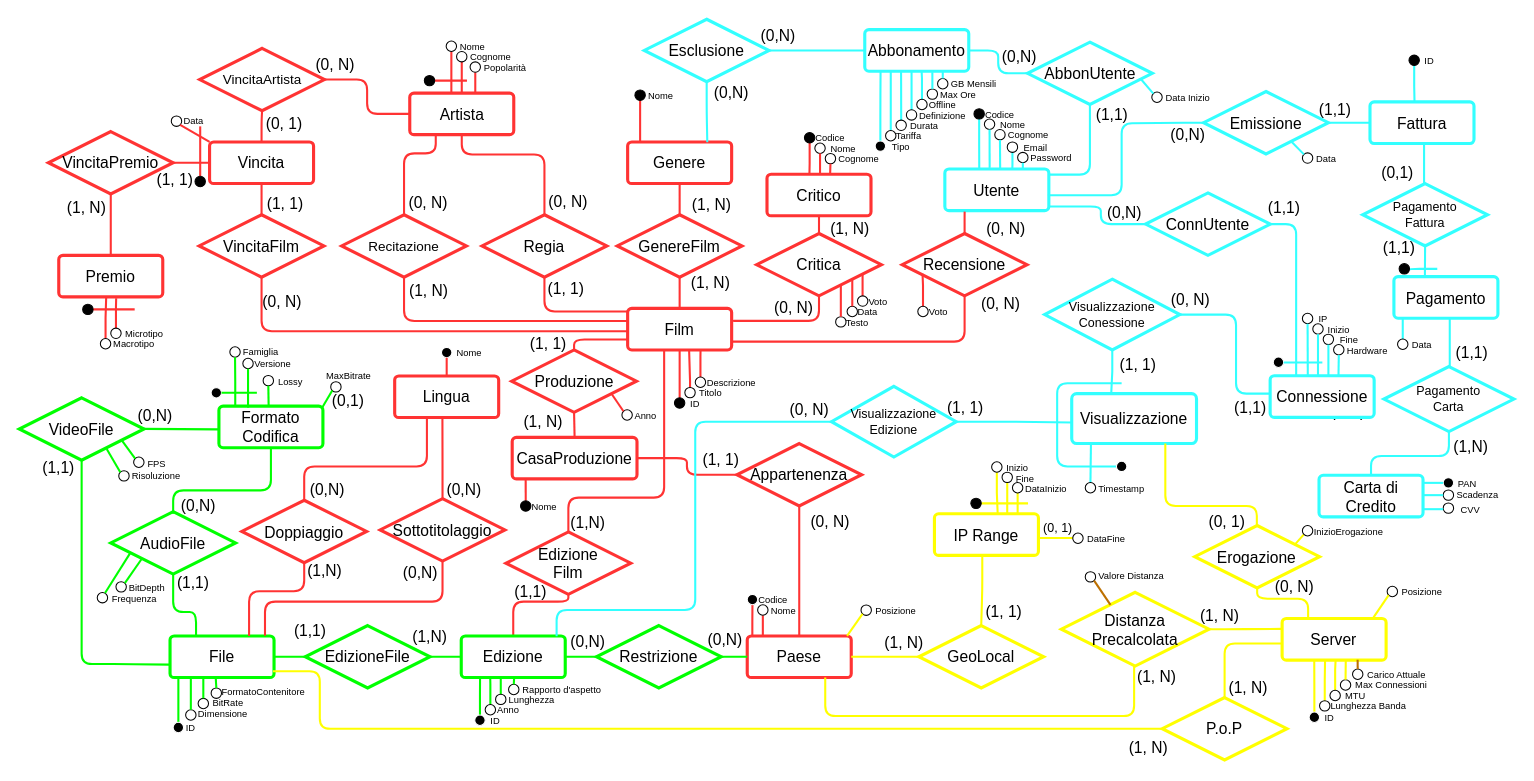
Earlier version of the draw.io diagram page "ER - ristrutturato" (2 of 2) of ER.drawio (Richie314/FilmSphere). Source tidied: cells renumbered, new cells numbered last; positions are measured from the earlier drawing's top-left corner, leaving out a move shared by most shapes. Both pictures are drawn from the tidied source at 104%, with x=0, y=0 at pixel (19, 19).
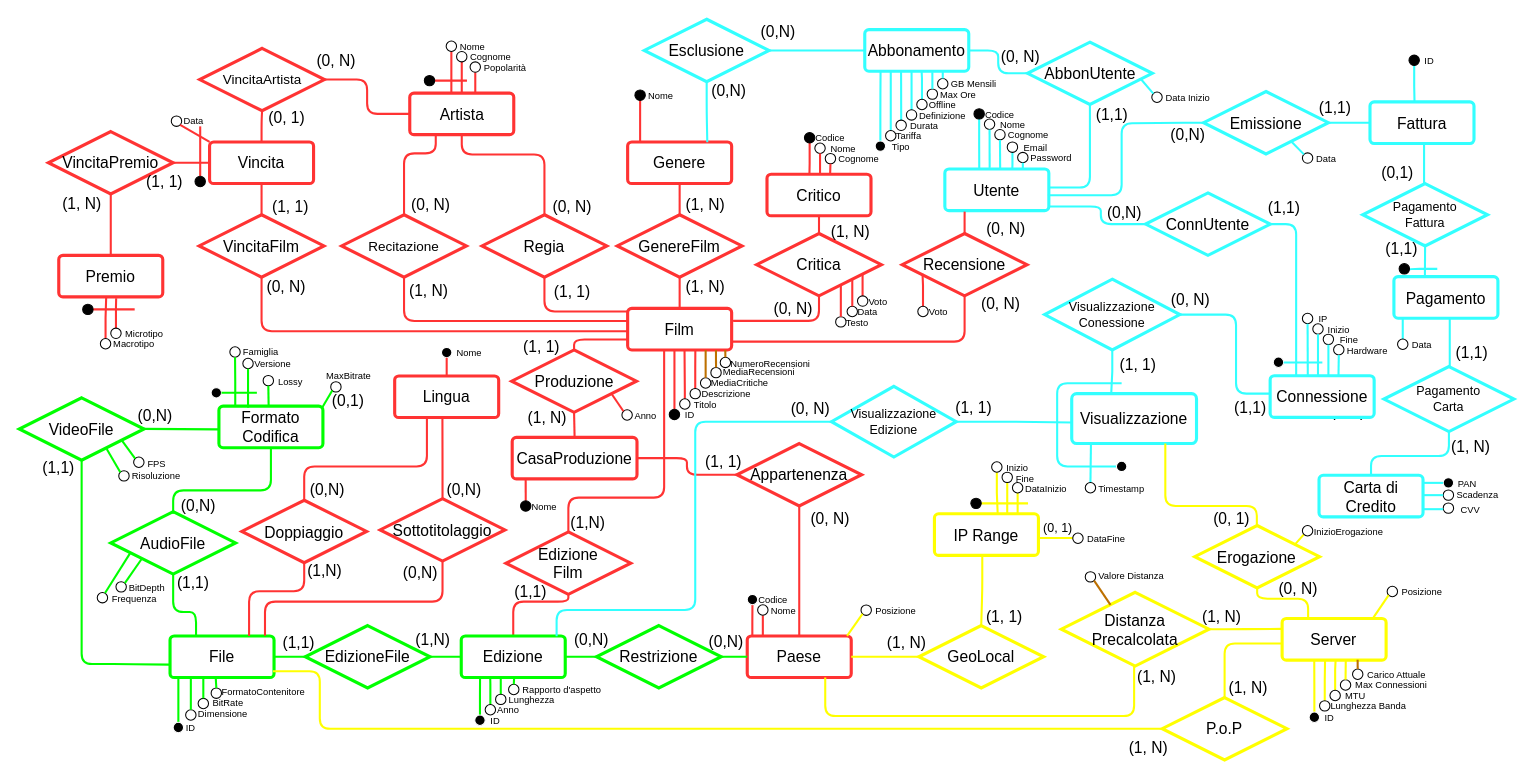
After the change.

Commit message (it also covers changes not shown here):
Aggiunte MediaRecensione e MediaCritiche

Unchanged cells that the change refers to:
```xml
<mxCell id="4" value="&lt;font style=&quot;font-size: 15px;&quot;&gt;Film&lt;/font&gt;" style="rounded=1;arcSize=10;whiteSpace=wrap;html=1;align=center;strokeColor=#FF3333;strokeWidth=3;" parent="1" vertex="1">
  <mxGeometry x="585" y="278" width="100" height="40" as="geometry" />
</mxCell>
<mxCell id="32" value="&lt;font style=&quot;font-size: 15px;&quot;&gt;Utente&lt;/font&gt;" style="rounded=1;arcSize=10;whiteSpace=wrap;html=1;align=center;strokeWidth=3;strokeColor=#33FFFF;" parent="1" vertex="1">
  <mxGeometry x="890" y="144" width="100" height="40" as="geometry" />
</mxCell>
<mxCell id="70" value="&lt;font style=&quot;font-size: 15px;&quot;&gt;AbbonUtente&lt;/font&gt;" style="shape=rhombus;perimeter=rhombusPerimeter;whiteSpace=wrap;html=1;align=center;strokeWidth=3;strokeColor=#33FFFF;" parent="1" vertex="1">
  <mxGeometry x="969.5" y="22" width="120" height="60" as="geometry" />
</mxCell>
```

Change to the diagram source:
```diff
@@
     <mxCell id="9" value="&lt;font style=&quot;font-size: 15px;&quot;&gt;(1, 1)&lt;/font&gt;" style="text;html=1;strokeColor=none;fillColor=none;align=center;verticalAlign=middle;whiteSpace=wrap;rounded=0;" parent="1" vertex="1">
-      <mxGeometry x="496" y="243.5" width="60" height="30" as="geometry" />
+      <mxGeometry x="509" y="253" width="46" height="18" as="geometry" />
     </mxCell>
     <mxCell id="10" value="&lt;font style=&quot;font-size: 15px;&quot;&gt;(0, N)&lt;/font&gt;" style="text;html=1;strokeColor=none;fillColor=none;align=center;verticalAlign=middle;whiteSpace=wrap;rounded=0;" parent="1" vertex="1">
-      <mxGeometry x="498" y="160" width="60" height="30" as="geometry" />
+      <mxGeometry x="508" y="170" width="48" height="19" as="geometry" />
     </mxCell>
@@
     <mxCell id="14" value="&lt;font style=&quot;font-size: 15px;&quot;&gt;(0, N)&lt;/font&gt;" style="text;html=1;strokeColor=none;fillColor=none;align=center;verticalAlign=middle;whiteSpace=wrap;rounded=0;" parent="1" vertex="1">
-      <mxGeometry x="367" y="160" width="53" height="31" as="geometry" />
+      <mxGeometry x="376" y="166.6" width="40" height="23.4" as="geometry" />
     </mxCell>
@@
     <mxCell id="23" value="&lt;font style=&quot;font-size: 15px;&quot;&gt;(1, N)&lt;/font&gt;" style="text;html=1;strokeColor=none;fillColor=none;align=center;verticalAlign=middle;whiteSpace=wrap;rounded=0;" parent="1" vertex="1">
-      <mxGeometry x="635" y="238" width="60" height="30" as="geometry" />
+      <mxGeometry x="640" y="248.5" width="40" height="17.5" as="geometry" />
     </mxCell>
     <mxCell id="24" value="&lt;font style=&quot;font-size: 15px;&quot;&gt;(1, N)&lt;/font&gt;" style="text;html=1;strokeColor=none;fillColor=none;align=center;verticalAlign=middle;whiteSpace=wrap;rounded=0;" parent="1" vertex="1">
-      <mxGeometry x="636" y="163" width="60" height="30" as="geometry" />
+      <mxGeometry x="637" y="166.6" width="46" height="23" as="geometry" />
     </mxCell>
@@
-    <mxCell id="31" style="edgeStyle=orthogonalEdgeStyle;shape=connector;rounded=1;jettySize=auto;html=1;entryX=0.5;entryY=1;entryDx=0;entryDy=0;labelBackgroundColor=default;strokeColor=#33FFFF;strokeWidth=2;fontFamily=Helvetica;fontSize=11;fontColor=default;endArrow=none;endFill=0;exitX=1.002;exitY=0.135;exitDx=0;exitDy=0;exitPerimeter=0;" parent="1" edge="1" source="32" target="70">
+    <mxCell id="31" style="edgeStyle=orthogonalEdgeStyle;shape=connector;rounded=1;jettySize=auto;html=1;entryX=0.5;entryY=1;entryDx=0;entryDy=0;labelBackgroundColor=default;strokeColor=#33FFFF;strokeWidth=2;fontFamily=Helvetica;fontSize=11;fontColor=default;endArrow=none;endFill=0;exitX=0.993;exitY=0.444;exitDx=0;exitDy=0;exitPerimeter=0;" parent="1" edge="1" source="32" target="70">
       <mxGeometry relative="1" as="geometry">
         <Array as="points">
-          <mxPoint x="1030" y="149" />
+          <mxPoint x="1030" y="162" />
           <mxPoint x="1030" y="82" />
         </Array>
       </mxGeometry>
     </mxCell>
@@
     <mxCell id="39" value="&lt;font style=&quot;font-size: 15px;&quot;&gt;(0, N)&lt;/font&gt;" style="text;html=1;strokeColor=none;fillColor=none;align=center;verticalAlign=middle;whiteSpace=wrap;rounded=0;" parent="1" vertex="1">
-      <mxGeometry x="715" y="262" width="60" height="30" as="geometry" />
+      <mxGeometry x="720" y="268.5" width="49" height="19.5" as="geometry" />
     </mxCell>
     <mxCell id="40" value="&lt;font style=&quot;font-size: 15px;&quot;&gt;(1, N)&lt;/font&gt;" style="text;html=1;strokeColor=none;fillColor=none;align=center;verticalAlign=middle;whiteSpace=wrap;rounded=0;" parent="1" vertex="1">
-      <mxGeometry x="769" y="186" width="60" height="30" as="geometry" />
+      <mxGeometry x="775" y="194" width="49" height="19.5" as="geometry" />
     </mxCell>
@@
     <mxCell id="48" value="&lt;font style=&quot;font-size: 15px;&quot;&gt;(0, N)&lt;/font&gt;" style="text;html=1;strokeColor=none;fillColor=none;align=center;verticalAlign=middle;whiteSpace=wrap;rounded=0;" parent="1" vertex="1">
-      <mxGeometry x="231" y="260" width="44" height="22" as="geometry" />
+      <mxGeometry x="235" y="246.2" width="44" height="22" as="geometry" />
     </mxCell>
     <mxCell id="49" value="&lt;font style=&quot;font-size: 15px;&quot;&gt;(1, 1)&lt;/font&gt;" style="text;html=1;strokeColor=none;fillColor=none;align=center;verticalAlign=middle;whiteSpace=wrap;rounded=0;" parent="1" vertex="1">
-      <mxGeometry x="230" y="164" width="52" height="26" as="geometry" />
+      <mxGeometry x="240" y="169" width="42" height="21" as="geometry" />
     </mxCell>
     <mxCell id="50" value="&lt;font style=&quot;font-size: 15px;&quot;&gt;(0, 1)&lt;/font&gt;" style="text;html=1;strokeColor=none;fillColor=none;align=center;verticalAlign=middle;whiteSpace=wrap;rounded=0;" parent="1" vertex="1">
-      <mxGeometry x="225" y="85" width="60" height="30" as="geometry" />
+      <mxGeometry x="234.5" y="83" width="45" height="22.5" as="geometry" />
     </mxCell>
     <mxCell id="51" value="&lt;font style=&quot;font-size: 15px;&quot;&gt;(0, N)&lt;/font&gt;" style="text;html=1;strokeColor=none;fillColor=none;align=center;verticalAlign=middle;whiteSpace=wrap;rounded=0;" parent="1" vertex="1">
-      <mxGeometry x="273.5" y="28" width="60" height="30" as="geometry" />
+      <mxGeometry x="283" y="28.2" width="43.5" height="21.8" as="geometry" />
     </mxCell>
@@
     <mxCell id="58" value="&lt;font style=&quot;font-size: 15px;&quot;&gt;(1,1)&lt;/font&gt;" style="text;html=1;strokeColor=none;fillColor=none;align=center;verticalAlign=middle;whiteSpace=wrap;rounded=0;" parent="1" vertex="1">
-      <mxGeometry x="250" y="573" width="60" height="30" as="geometry" />
+      <mxGeometry x="252" y="590" width="34" height="17" as="geometry" />
     </mxCell>
     <mxCell id="59" value="&lt;font style=&quot;font-size: 15px;&quot;&gt;(1,N)&lt;/font&gt;" style="text;html=1;strokeColor=none;fillColor=none;align=center;verticalAlign=middle;whiteSpace=wrap;rounded=0;" parent="1" vertex="1">
-      <mxGeometry x="365" y="578" width="60" height="30" as="geometry" />
+      <mxGeometry x="380" y="586.5" width="36" height="18" as="geometry" />
     </mxCell>
@@
     <mxCell id="63" value="&lt;font style=&quot;font-size: 15px;&quot;&gt;(0,N)&lt;/font&gt;" style="text;html=1;strokeColor=none;fillColor=none;align=center;verticalAlign=middle;whiteSpace=wrap;rounded=0;" parent="1" vertex="1">
-      <mxGeometry x="649" y="581" width="60" height="30" as="geometry" />
+      <mxGeometry x="659" y="587" width="42" height="21" as="geometry" />
     </mxCell>
     <mxCell id="64" value="&lt;font style=&quot;font-size: 15px;&quot;&gt;(0,N)&lt;/font&gt;" style="text;html=1;strokeColor=none;fillColor=none;align=center;verticalAlign=middle;whiteSpace=wrap;rounded=0;" parent="1" vertex="1">
-      <mxGeometry x="517" y="583" width="60" height="30" as="geometry" />
+      <mxGeometry x="530" y="584" width="41" height="23" as="geometry" />
     </mxCell>
@@
-    <mxCell id="71" value="&lt;font style=&quot;font-size: 15px;&quot;&gt;(0,N)&lt;/font&gt;" style="text;html=1;strokeColor=none;fillColor=none;align=center;verticalAlign=middle;whiteSpace=wrap;rounded=0;" parent="1" vertex="1">
-      <mxGeometry x="932" y="21" width="60" height="30" as="geometry" />
+    <mxCell id="71" value="&lt;font style=&quot;font-size: 15px;&quot;&gt;(0, N)&lt;/font&gt;" style="text;html=1;strokeColor=none;fillColor=none;align=center;verticalAlign=middle;whiteSpace=wrap;rounded=0;" parent="1" vertex="1">
+      <mxGeometry x="942" y="25.5" width="42" height="21" as="geometry" />
     </mxCell>
@@
     <mxCell id="78" value="&lt;font style=&quot;font-size: 15px;&quot;&gt;(1, N)&lt;/font&gt;" style="text;html=1;strokeColor=none;fillColor=none;align=center;verticalAlign=middle;whiteSpace=wrap;rounded=0;" parent="1" vertex="1">
-      <mxGeometry x="821" y="584" width="60" height="30" as="geometry" />
+      <mxGeometry x="829" y="591.5" width="49" height="14" as="geometry" />
     </mxCell>
     <mxCell id="79" value="&lt;font style=&quot;font-size: 15px;&quot;&gt;(1, 1)&lt;/font&gt;" style="text;html=1;strokeColor=none;fillColor=none;align=center;verticalAlign=middle;whiteSpace=wrap;rounded=0;" parent="1" vertex="1">
-      <mxGeometry x="916.9" y="554" width="60" height="30" as="geometry" />
+      <mxGeometry x="926.4" y="566.5" width="43.1" height="14" as="geometry" />
     </mxCell>
-    <mxCell id="80" style="edgeStyle=orthogonalEdgeStyle;rounded=0;jettySize=auto;html=1;entryX=0.5;entryY=1;entryDx=0;entryDy=0;strokeColor=#FF3333;endArrow=none;endFill=0;strokeWidth=2;" parent="1" edge="1" source="81" target="4">
+    <mxCell id="80" style="edgeStyle=orthogonalEdgeStyle;rounded=0;jettySize=auto;html=1;entryX=0.45;entryY=1.025;entryDx=0;entryDy=0;strokeColor=#FF3333;endArrow=none;endFill=0;strokeWidth=2;entryPerimeter=0;" parent="1" edge="1" source="81" target="4">
       <mxGeometry relative="1" as="geometry" />
     </mxCell>
     <mxCell id="81" style="ellipse;whiteSpace=wrap;html=1;fillColor=#000000;" parent="1" vertex="1">
-      <mxGeometry x="630" y="364" width="10" height="10" as="geometry" />
+      <mxGeometry x="625" y="375" width="10" height="10" as="geometry" />
     </mxCell>
-    <mxCell id="82" style="edgeStyle=orthogonalEdgeStyle;rounded=0;jettySize=auto;html=1;strokeColor=#FF3333;endArrow=none;endFill=0;strokeWidth=2;entryX=0.591;entryY=0.993;entryDx=0;entryDy=0;entryPerimeter=0;" parent="1" edge="1" source="83" target="4">
+    <mxCell id="82" style="edgeStyle=orthogonalEdgeStyle;rounded=0;jettySize=auto;html=1;strokeColor=#FF3333;endArrow=none;endFill=0;strokeWidth=2;entryX=0.547;entryY=1.014;entryDx=0;entryDy=0;entryPerimeter=0;" parent="1" edge="1" source="83" target="4">
       <mxGeometry relative="1" as="geometry">
         <Array as="points">
-          <mxPoint x="645" y="348" />
-          <mxPoint x="644" y="348" />
+          <mxPoint x="640" y="359" />
+          <mxPoint x="640" y="359" />
         </Array>
       </mxGeometry>
     </mxCell>
     <mxCell id="83" style="ellipse;whiteSpace=wrap;html=1;fillColor=#FFFFFF;strokeColor=#000000;" parent="1" vertex="1">
-      <mxGeometry x="640" y="354" width="10" height="10" as="geometry" />
+      <mxGeometry x="635" y="365" width="10" height="10" as="geometry" />
     </mxCell>
-    <mxCell id="84" style="edgeStyle=orthogonalEdgeStyle;rounded=0;jettySize=auto;html=1;entryX=0.701;entryY=1;entryDx=0;entryDy=0;entryPerimeter=0;strokeColor=#FF3333;strokeWidth=2;endArrow=none;endFill=0;" parent="1" edge="1" source="85" target="4">
+    <mxCell id="84" style="edgeStyle=orthogonalEdgeStyle;rounded=0;jettySize=auto;html=1;entryX=0.651;entryY=1.007;entryDx=0;entryDy=0;entryPerimeter=0;strokeColor=#FF3333;strokeWidth=2;endArrow=none;endFill=0;" parent="1" edge="1" source="85" target="4">
       <mxGeometry relative="1" as="geometry" />
     </mxCell>
     <mxCell id="85" style="ellipse;whiteSpace=wrap;html=1;fillColor=#FFFFFF;strokeColor=#000000;" parent="1" vertex="1">
-      <mxGeometry x="650" y="344" width="10" height="10" as="geometry" />
+      <mxGeometry x="645" y="355" width="10" height="10" as="geometry" />
     </mxCell>
     <mxCell id="86" value="&lt;font style=&quot;font-size: 9px;&quot;&gt;ID&lt;br&gt;&lt;/font&gt;" style="text;html=1;strokeColor=none;fillColor=none;align=center;verticalAlign=middle;whiteSpace=wrap;rounded=0;" parent="1" vertex="1">
-      <mxGeometry x="640" y="364" width="20" height="10" as="geometry" />
+      <mxGeometry x="635" y="375" width="20" height="10" as="geometry" />
     </mxCell>
     <mxCell id="87" value="&lt;font style=&quot;font-size: 9px;&quot;&gt;Titolo&lt;br&gt;&lt;/font&gt;" style="text;html=1;strokeColor=none;fillColor=none;align=center;verticalAlign=middle;whiteSpace=wrap;rounded=0;" parent="1" vertex="1">
-      <mxGeometry x="650" y="354" width="30" height="10" as="geometry" />
+      <mxGeometry x="645" y="365" width="30" height="10" as="geometry" />
     </mxCell>
     <mxCell id="88" value="&lt;font style=&quot;font-size: 9px;&quot;&gt;Descrizione&lt;br&gt;&lt;/font&gt;" style="text;html=1;strokeColor=none;fillColor=none;align=center;verticalAlign=middle;whiteSpace=wrap;rounded=0;" parent="1" vertex="1">
-      <mxGeometry x="665" y="344" width="40" height="10" as="geometry" />
+      <mxGeometry x="660" y="355" width="40" height="10" as="geometry" />
     </mxCell>
@@
     <mxCell id="105" value="&lt;font style=&quot;font-size: 15px;&quot;&gt;(1, N)&lt;/font&gt;" style="text;html=1;strokeColor=none;fillColor=none;align=center;verticalAlign=middle;whiteSpace=wrap;rounded=0;" parent="1" vertex="1">
-      <mxGeometry x="35" y="166" width="60" height="30" as="geometry" />
+      <mxGeometry x="38" y="165.5" width="45" height="22.5" as="geometry" />
     </mxCell>
     <mxCell id="106" value="&lt;font style=&quot;font-size: 15px;&quot;&gt;(1, 1)&lt;/font&gt;" style="text;html=1;strokeColor=none;fillColor=none;align=center;verticalAlign=middle;whiteSpace=wrap;rounded=0;" parent="1" vertex="1">
-      <mxGeometry x="120" y="139" width="60" height="30" as="geometry" />
+      <mxGeometry x="120" y="146" width="40" height="20" as="geometry" />
     </mxCell>
@@
     <mxCell id="131" value="&lt;font style=&quot;font-size: 15px;&quot;&gt;(1, 1)&lt;/font&gt;" style="text;html=1;strokeColor=none;fillColor=none;align=center;verticalAlign=middle;whiteSpace=wrap;rounded=0;" parent="1" vertex="1">
-      <mxGeometry x="479" y="296.5" width="60" height="30" as="geometry" />
+      <mxGeometry x="483" y="304.5" width="39" height="19.5" as="geometry" />
     </mxCell>
     <mxCell id="132" value="&lt;font style=&quot;font-size: 15px;&quot;&gt;(1, N)&lt;/font&gt;" style="text;html=1;strokeColor=none;fillColor=none;align=center;verticalAlign=middle;whiteSpace=wrap;rounded=0;" parent="1" vertex="1">
-      <mxGeometry x="474" y="372" width="60" height="30" as="geometry" />
+      <mxGeometry x="486" y="372" width="44" height="22" as="geometry" />
     </mxCell>
@@
     <mxCell id="138" value="&lt;font style=&quot;font-size: 15px;&quot;&gt;(1, 1)&lt;/font&gt;" style="text;html=1;strokeColor=none;fillColor=none;align=center;verticalAlign=middle;whiteSpace=wrap;rounded=0;" parent="1" vertex="1">
-      <mxGeometry x="645" y="408" width="60" height="30" as="geometry" />
+      <mxGeometry x="655" y="415.5" width="45" height="18" as="geometry" />
     </mxCell>
     <mxCell id="139" value="&lt;font style=&quot;font-size: 15px;&quot;&gt;(0, N)&lt;/font&gt;" style="text;html=1;strokeColor=none;fillColor=none;align=center;verticalAlign=middle;whiteSpace=wrap;rounded=0;" parent="1" vertex="1">
-      <mxGeometry x="750" y="468" width="60" height="30" as="geometry" />
+      <mxGeometry x="760" y="470.5" width="40" height="18" as="geometry" />
     </mxCell>
@@
     <mxCell id="197" value="&lt;font style=&quot;font-size: 15px;&quot;&gt;(1, 1)&lt;/font&gt;" style="text;html=1;strokeColor=none;fillColor=none;align=center;verticalAlign=middle;whiteSpace=wrap;rounded=0;" parent="1" vertex="1">
-      <mxGeometry x="880" y="358" width="60" height="30" as="geometry" />
+      <mxGeometry x="898" y="363.8" width="40" height="18" as="geometry" />
     </mxCell>
     <mxCell id="198" value="&lt;font style=&quot;font-size: 15px;&quot;&gt;(0, N)&lt;/font&gt;" style="text;html=1;strokeColor=none;fillColor=none;align=center;verticalAlign=middle;whiteSpace=wrap;rounded=0;" parent="1" vertex="1">
-      <mxGeometry x="730" y="360" width="60" height="30" as="geometry" />
+      <mxGeometry x="741" y="364" width="40" height="20" as="geometry" />
     </mxCell>
@@
     <mxCell id="203" value="&lt;font style=&quot;font-size: 15px;&quot;&gt;(0,N)&lt;/font&gt;" style="text;html=1;strokeColor=none;fillColor=none;align=center;verticalAlign=middle;whiteSpace=wrap;rounded=0;" parent="1" vertex="1">
-      <mxGeometry x="655" y="55" width="60" height="30" as="geometry" />
+      <mxGeometry x="660" y="57" width="45" height="22.5" as="geometry" />
     </mxCell>
     <mxCell id="204" value="&lt;font style=&quot;font-size: 15px;&quot;&gt;(0,N)&lt;/font&gt;" style="text;html=1;strokeColor=none;fillColor=none;align=center;verticalAlign=middle;whiteSpace=wrap;rounded=0;" parent="1" vertex="1">
-      <mxGeometry x="700" width="60" height="30" as="geometry" />
+      <mxGeometry x="710" y="2" width="40" height="20" as="geometry" />
     </mxCell>
@@
     <mxCell id="302" value="&lt;font style=&quot;font-size: 15px;&quot;&gt;(0, N)&lt;/font&gt;" style="text;html=1;strokeColor=none;fillColor=none;align=center;verticalAlign=middle;whiteSpace=wrap;rounded=0;" parent="1" vertex="1">
-      <mxGeometry x="1203.8" y="534.2" width="45" height="22.5" as="geometry" />
+      <mxGeometry x="1210" y="537.4" width="40" height="19.4" as="geometry" />
     </mxCell>
@@
     <mxCell id="307" value="&lt;font style=&quot;font-size: 15px;&quot;&gt;(1, N)&lt;/font&gt;" style="text;html=1;strokeColor=none;fillColor=none;align=center;verticalAlign=middle;whiteSpace=wrap;rounded=0;" parent="1" vertex="1">
-      <mxGeometry x="1130.3" y="561.2" width="49" height="24.5" as="geometry" />
+      <mxGeometry x="1132" y="564.1" width="49.4" height="19.7" as="geometry" />
     </mxCell>
@@
     <mxCell id="309" value="&lt;font style=&quot;font-size: 15px;&quot;&gt;(0, 1)&lt;/font&gt;" style="text;html=1;strokeColor=none;fillColor=none;align=center;verticalAlign=middle;whiteSpace=wrap;rounded=0;" parent="1" vertex="1">
-      <mxGeometry x="1139" y="471.8" width="45" height="22.5" as="geometry" />
+      <mxGeometry x="1144" y="471.5" width="44" height="17" as="geometry" />
     </mxCell>
@@
     <mxCell id="371" value="&lt;font style=&quot;font-size: 15px;&quot;&gt;(1,1)&lt;/font&gt;" style="text;html=1;strokeColor=none;fillColor=none;align=center;verticalAlign=middle;whiteSpace=wrap;rounded=0;" parent="1" vertex="1">
-      <mxGeometry x="1304.8" y="208" width="44" height="22" as="geometry" />
+      <mxGeometry x="1310" y="210.6" width="38.9" height="19.4" as="geometry" />
     </mxCell>
@@
     <mxCell id="373" value="&lt;font style=&quot;font-size: 15px;&quot;&gt;(1,1)&lt;/font&gt;" style="text;html=1;strokeColor=none;fillColor=none;align=center;verticalAlign=middle;whiteSpace=wrap;rounded=0;" parent="1" vertex="1">
-      <mxGeometry x="1250.8" y="80" width="29" height="14.5" as="geometry" />
+      <mxGeometry x="1250.8" y="78" width="29" height="14.5" as="geometry" />
     </mxCell>
@@
-    <mxCell id="407" value="&lt;font style=&quot;font-size: 15px;&quot;&gt;(1,N)&lt;/font&gt;" style="text;html=1;strokeColor=none;fillColor=none;align=center;verticalAlign=middle;whiteSpace=wrap;rounded=0;" parent="1" vertex="1">
+    <mxCell id="407" value="&lt;font style=&quot;font-size: 15px;&quot;&gt;(1, N)&lt;/font&gt;" style="text;html=1;strokeColor=none;fillColor=none;align=center;verticalAlign=middle;whiteSpace=wrap;rounded=0;" parent="1" vertex="1">
       <mxGeometry x="1373.8" y="400.1" width="44" height="22" as="geometry" />
     </mxCell>
@@
+    <mxCell id="414" style="ellipse;whiteSpace=wrap;html=1;fillColor=#FFFFFF;strokeColor=#000000;" parent="1" vertex="1">
+      <mxGeometry x="655" y="344.8" width="10" height="10" as="geometry" />
+    </mxCell>
+    <mxCell id="415" style="endArrow=none;html=1;rounded=0;entryX=0.5;entryY=0;entryDx=0;entryDy=0;exitX=0.75;exitY=1;exitDx=0;exitDy=0;strokeWidth=2;strokeColor=#BD7000;" parent="1" edge="1" source="4" target="414">
+      <mxGeometry relative="1" as="geometry" />
+    </mxCell>
+    <mxCell id="416" value="&lt;font style=&quot;font-size: 9px;&quot;&gt;MediaCritiche&lt;br&gt;&lt;/font&gt;" style="text;html=1;strokeColor=none;fillColor=none;align=center;verticalAlign=middle;whiteSpace=wrap;rounded=0;" parent="1" vertex="1">
+      <mxGeometry x="665" y="343.5" width="56" height="10" as="geometry" />
+    </mxCell>
+    <mxCell id="417" style="ellipse;whiteSpace=wrap;html=1;fillColor=#FFFFFF;strokeColor=#000000;" parent="1" vertex="1">
+      <mxGeometry x="665" y="334.8" width="10" height="10" as="geometry" />
+    </mxCell>
+    <mxCell id="418" value="&lt;font style=&quot;font-size: 9px;&quot;&gt;MediaRecensioni&lt;br&gt;&lt;/font&gt;" style="text;html=1;strokeColor=none;fillColor=none;align=center;verticalAlign=middle;whiteSpace=wrap;rounded=0;" parent="1" vertex="1">
+      <mxGeometry x="675" y="333.5" width="73" height="10" as="geometry" />
+    </mxCell>
+    <mxCell id="419" style="ellipse;whiteSpace=wrap;html=1;fillColor=#FFFFFF;strokeColor=#000000;" parent="1" vertex="1">
+      <mxGeometry x="674" y="325" width="10" height="10" as="geometry" />
+    </mxCell>
+    <mxCell id="420" value="&lt;font style=&quot;font-size: 9px;&quot;&gt;NumeroRecensioni&lt;br&gt;&lt;/font&gt;" style="text;html=1;strokeColor=none;fillColor=none;align=center;verticalAlign=middle;whiteSpace=wrap;rounded=0;" parent="1" vertex="1">
+      <mxGeometry x="685" y="325.5" width="75" height="10" as="geometry" />
+    </mxCell>
+    <mxCell id="421" style="endArrow=none;html=1;rounded=0;exitX=0.849;exitY=1.004;exitDx=0;exitDy=0;strokeWidth=2;strokeColor=#BD7000;exitPerimeter=0;entryX=0.5;entryY=0;entryDx=0;entryDy=0;" parent="1" edge="1" source="4" target="417">
+      <mxGeometry relative="1" as="geometry" />
+    </mxCell>
+    <mxCell id="422" style="endArrow=none;html=1;rounded=0;strokeWidth=2;strokeColor=#BD7000;entryX=0.5;entryY=0;entryDx=0;entryDy=0;exitX=0.939;exitY=1.001;exitDx=0;exitDy=0;exitPerimeter=0;" parent="1" edge="1" source="4" target="419">
+      <mxGeometry relative="1" as="geometry" />
+    </mxCell>
```
